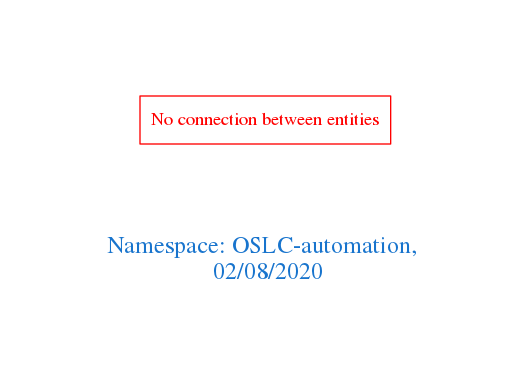
arago/OGIT keeps this Graphviz diagram as downloads/OSLC-automation.png. Above is the earlier version. Its source is kept beside it as downloads/OSLC-automation.dot.
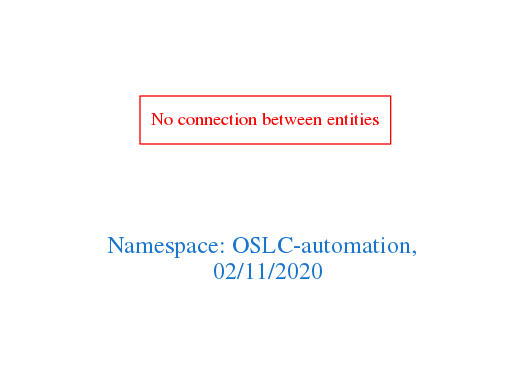
After the commit.

What changed in the source:
```diff
@@ -1,7 +1,7 @@
 digraph OGIT_ontology {
  graph [ rankdir= LR,pad=1
 fontsize = 18,
-fontcolor= dodgerblue3,label = "\n\n\nNamespace: OSLC-automation, \n 02/08/2020"];
+fontcolor= dodgerblue3,label = "\n\n\nNamespace: OSLC-automation, \n 02/11/2020"];
 node[shape=polygon];
 edge [  color="gray81"];
 
```
